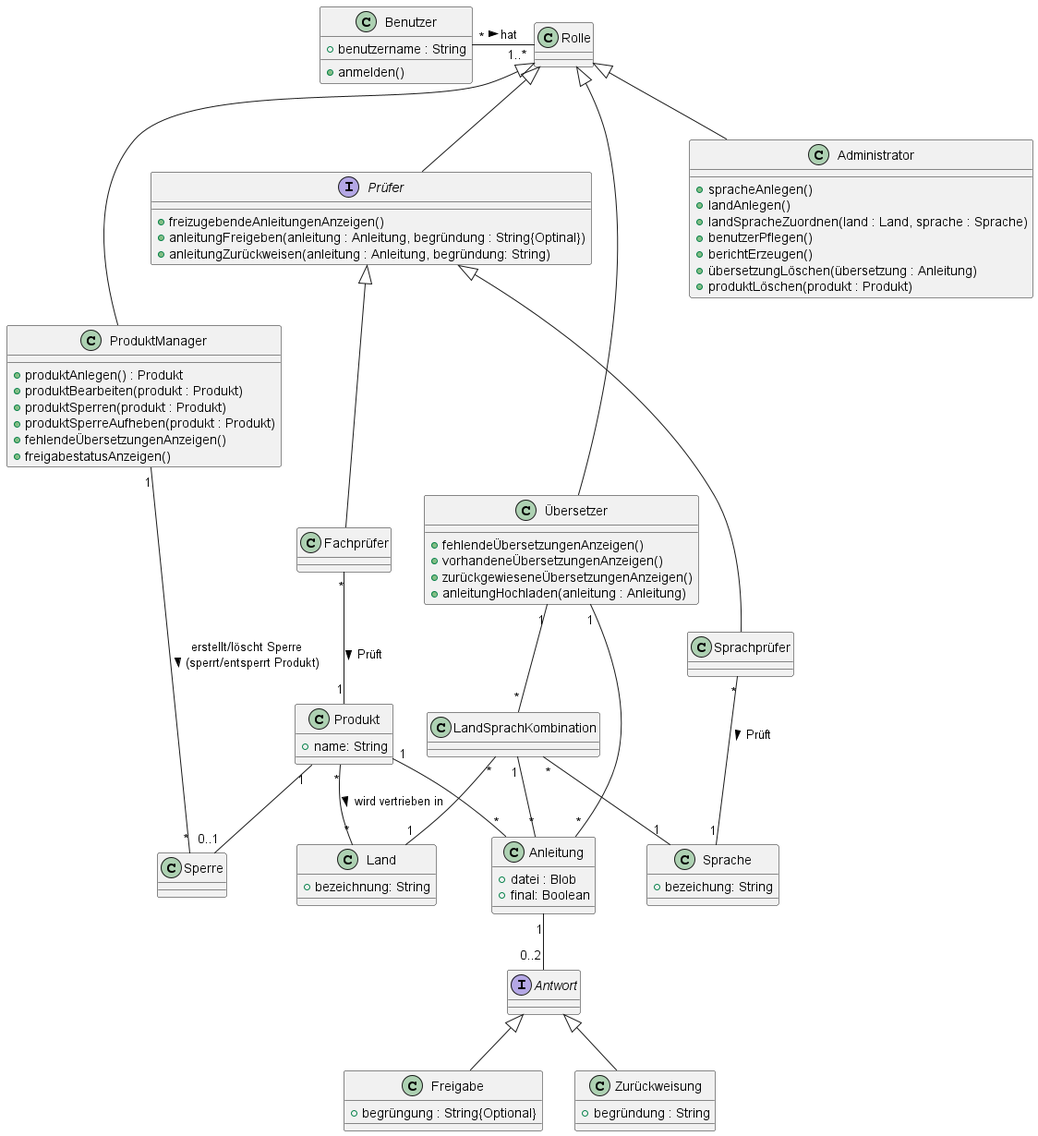
Above: out/1a_Klassendiagramm/1a.png in SgtMate/ManualMaster_UML (PlantUML), before the change.
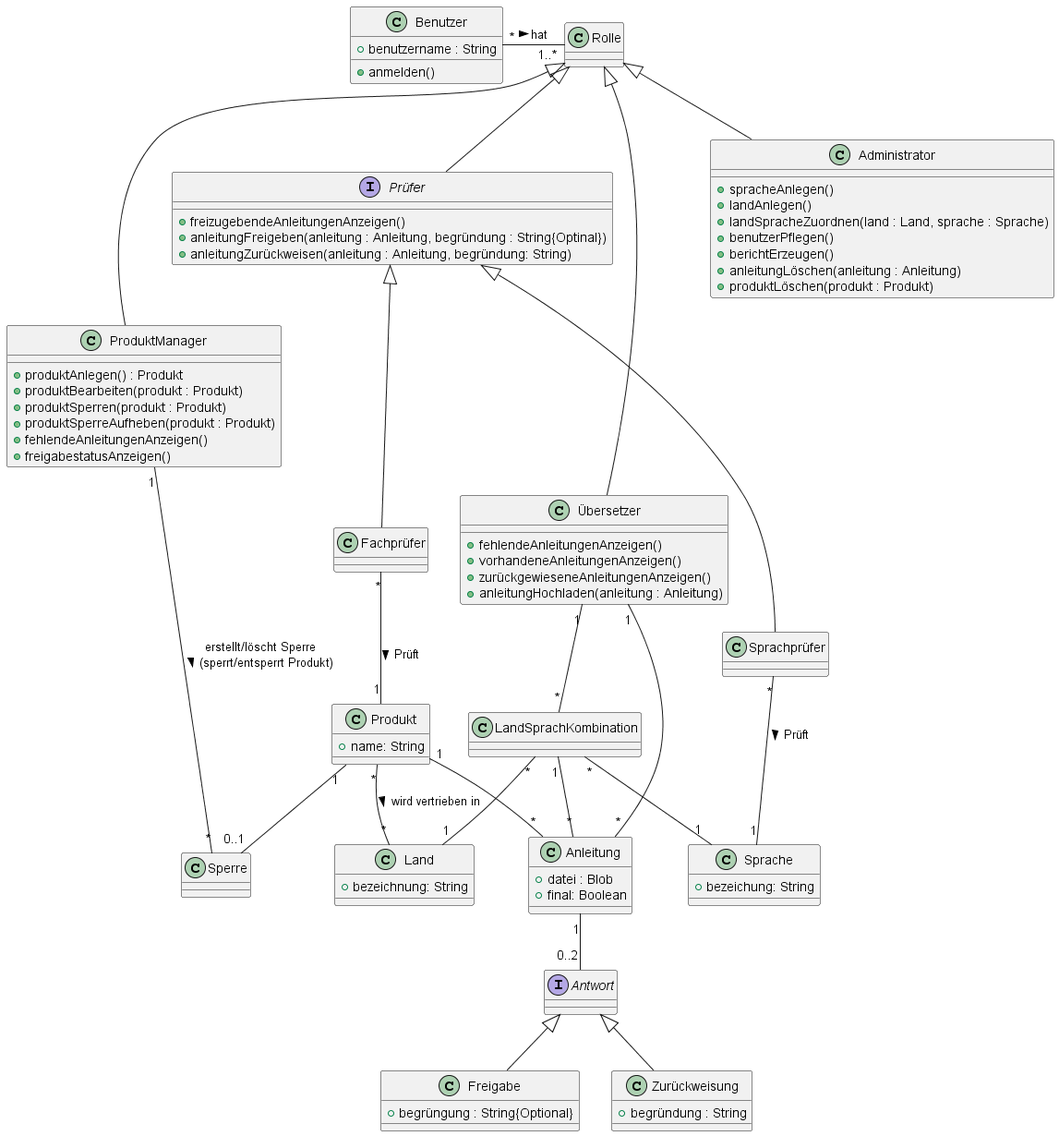
Later version of the same file.

The edit, as a diff of the source:
```diff
@@ -43,7 +43,7 @@
     + produktBearbeiten(produkt : Produkt)
     + produktSperren(produkt : Produkt)
     + produktSperreAufheben(produkt : Produkt)
-    + fehlendeÜbersetzungenAnzeigen()
+    + fehlendeAnleitungenAnzeigen()
     + freigabestatusAnzeigen()
 }
 ProduktManager "1" -- "*" Sperre : erstellt/löscht Sperre\n(sperrt/entsperrt Produkt) >
@@ -54,14 +54,14 @@
     + landSpracheZuordnen(land : Land, sprache : Sprache)
     + benutzerPflegen()
     + berichtErzeugen()
-    + übersetzungLöschen(übersetzung : Anleitung)
+    + anleitungLöschen(anleitung : Anleitung)
     + produktLöschen(produkt : Produkt)
 }
 
 class Übersetzer{
-    + fehlendeÜbersetzungenAnzeigen()
-    + vorhandeneÜbersetzungenAnzeigen()
-    + zurückgewieseneÜbersetzungenAnzeigen()
+    + fehlendeAnleitungenAnzeigen()
+    + vorhandeneAnleitungenAnzeigen()
+    + zurückgewieseneAnleitungenAnzeigen()
     + anleitungHochladen(anleitung : Anleitung)
 }
 Übersetzer "1" -- "*" LandSprachKombination
```
